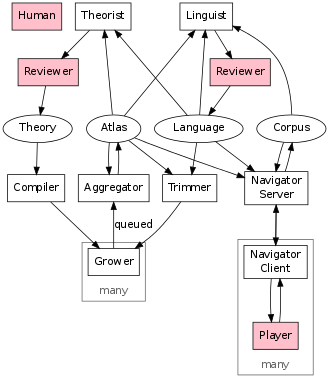
Earlier version of the Graphviz export doc/architecture.png (fritzo/pomagma). Its source is kept beside it as doc/architecture.dot.
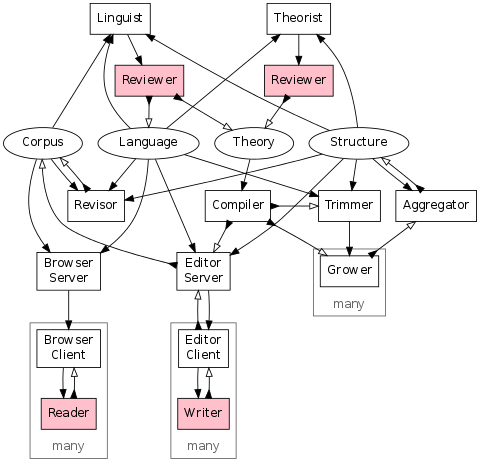
The same file after the commit.

Commit message:
Revise system architecture

The edit, as a diff of the source:
```diff
@@ -1,39 +1,27 @@
 digraph G {
 	overlap=false;
-	size="4,4";
-
+	size="5,5";
 	node [shape=box];
 
-		Human [style=filled, fillcolor=pink];
 
+
+	Theorist;
+	Linguist;
+	Revisor;
 	{
-		rank = "min";
-	 	Theorist;
-		Linguist;
+		node [style=filled, fillcolor=pink];
+		LanguageReviewer [label="Reviewer"];
+		TheoryReviewer [label="Reviewer"];
 	}
-
 	{
-		rank = "same";
-		node [label="Reviewer", style=filled, fillcolor=pink];
-		lang_reviewer;
-		theory_reviewer;
+		node [shape=ellipse];
+		Language;
+		Theory;
+		Structure;
+		Corpus;
 	}
-
-	{
-	 	rank="same";
-		Language [shape=ellipse];
-		Theory [shape=ellipse];
-		Atlas [shape=ellipse];
-		Corpus [shape=ellipse];
-	}
-
-	{
-		rank="same";
-		Trimmer;
-		Aggregator;
-		Compiler;
-		nav_server [label="Navigator\nServer"];
-	}
+	EditorServer [label="Editor\nServer"];
+	BrowserServer [label="Browser\nServer"];
 
 	subgraph cluster_grower {
 		Grower;
@@ -44,10 +32,13 @@
 		labelloc = "b";
 	}
 
-	subgraph cluster_navigator {
+	subgraph cluster_writer {
 		rank="max";
-		{ rank="max"; Player [style=filled, fillcolor=pink]; }
-		nav_client [label="Navigator\nClient"];
+		EditorClient [label="Editor\nClient"];
+		{
+			rank="max";
+			Writer [style=filled, fillcolor=pink];
+		}
 
 		color = "#666666";
 		fontcolor = "#666666";
@@ -55,31 +46,84 @@
 		labelloc = "b";
 	}
 
-	Atlas -> Trimmer;
+	subgraph cluster_reader {
+		rank="max";
+		BrowserClient [label="Browser\nClient"];
+		{
+			rank="max";
+			Reader [style=filled, fillcolor=pink];
+		}
+
+		color = "#666666";
+		fontcolor = "#666666";
+		label = "many";
+		labelloc = "b";
+	}
+
+
+	{ rank="min"; Theorist; Linguist; }
+	{ rank="same"; LanguageReviewer; TheoryReviewer; }
+	{ rank="same"; Language; Theory; Structure; Corpus; }
+	{ rank="same"; Trimmer; Aggregator; Compiler; }
+	{ rank="same"; EditorServer; BrowserServer; }
+	{ rank="same"; EditorClient; BrowserClient; }
+	{ rank="max"; Writer; Reader; }
+
+
+	edge [dir=forward arrowhead=normal]; // pull
+	Theory -> Compiler;
+	edge [dir=both arrowtail=inv arrowhead=empty]; // push
+	Compiler -> Grower;
+	Compiler -> Trimmer;
+	Compiler -> EditorServer;
+
+	edge [dir=forward arrowhead=normal]; // pull
+	Structure -> Trimmer;
 	Language -> Trimmer;
 	Trimmer -> Grower;
-	Grower -> Aggregator [label="queued"];
-	Aggregator -> Atlas;
-	Atlas -> Aggregator;
+	Structure -> Aggregator;
+	edge [dir=both arrowtail=inv arrowhead=empty]; // push
+	Grower -> Aggregator;
+	Aggregator -> Structure;
 
-	Atlas -> Theorist;
+	edge [dir=forward arrowhead=normal]; // pull
+	Structure -> EditorServer;
+	Language -> EditorServer;
+	EditorServer -> EditorClient;
+	EditorClient -> Writer;
+	edge [dir=both arrowtail=inv arrowhead=empty]; // push
+	Writer -> EditorClient;
+	EditorClient -> EditorServer;
+	EditorServer -> Corpus;
+
+	edge [dir=forward arrowhead=normal]; // pull
+	Corpus -> BrowserServer;
+	Language -> BrowserServer;
+	BrowserServer -> BrowserClient;
+	BrowserClient -> Reader;
+	edge [dir=both arrowtail=inv arrowhead=empty]; // push
+	Reader -> BrowserClient;
+
+	edge [dir=forward arrowhead=normal]; // pull
+	Corpus -> Linguist;
+	Structure -> Linguist;
+	Language -> Linguist;
+	Linguist -> LanguageReviewer;
+	edge [dir=both arrowtail=inv arrowhead=empty]; // push
+	LanguageReviewer -> Language;
+	LanguageReviewer -> Theory;
+
+	edge [dir=forward arrowhead=normal]; // pull
+	Corpus -> Revisor;
+	Language -> Revisor;
+	Structure -> Revisor;
+	edge [dir=both arrowtail=inv arrowhead=empty]; // push
+	Revisor -> Corpus;
+
+	edge [dir=forward arrowhead=normal]; // pull
+	Structure -> Theorist;
 	Language ->  Theorist;
-	Theorist -> theory_reviewer;
-	theory_reviewer -> Theory;
-	Theory -> Compiler -> Grower;
-
-	Atlas -> Linguist;
-	Language -> Linguist;
-	Linguist -> lang_reviewer -> Language;
-
-	nav_server [label="Navigator\nServer"];
-	nav_server -> nav_client;
-	nav_client -> nav_server;
-	Atlas -> nav_server;
-	Language -> nav_server;
-	Corpus -> nav_server;
-	nav_server -> Corpus;
-	Corpus -> Linguist;
-	nav_client -> Player;
-	Player -> nav_client;
+	Theorist -> TheoryReviewer;
+	edge [dir=both arrowtail=inv arrowhead=empty]; // push
+	TheoryReviewer -> Theory;
 }
```
